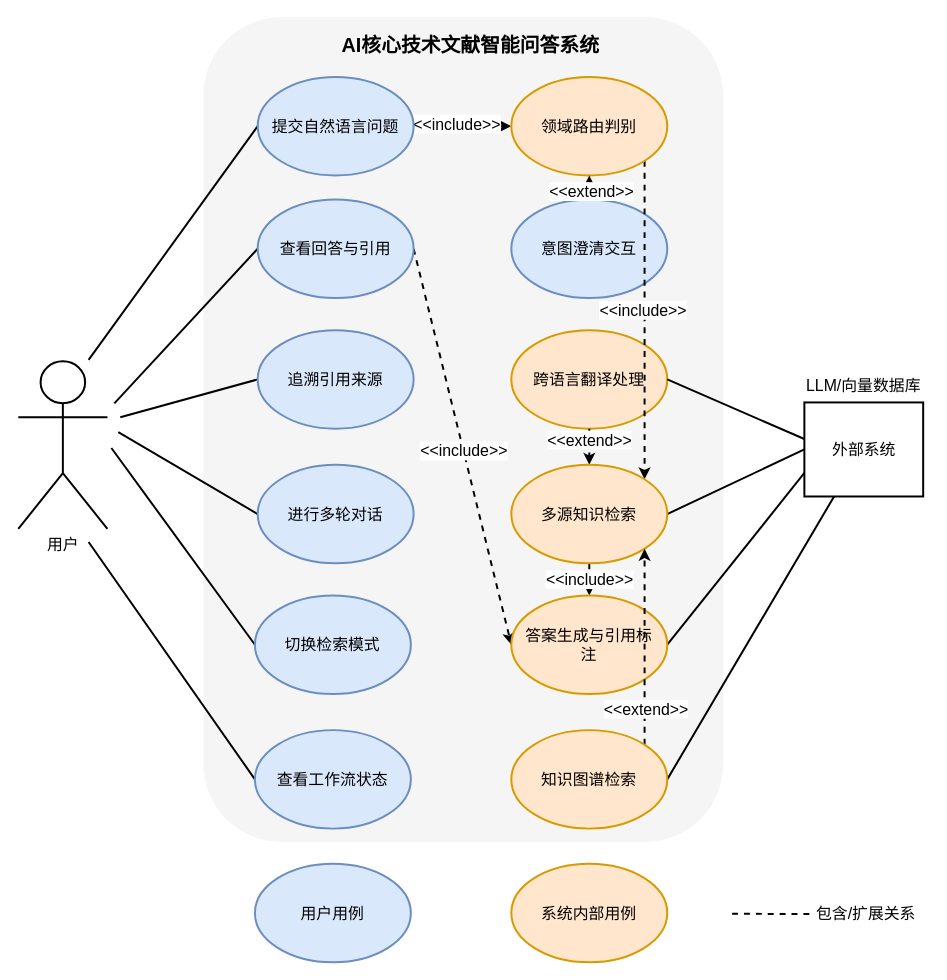
Above: diagrams/system_use_case_diagram.drawio in real-jiakai/draw (draw.io), before the change. Source tidied: cells renumbered, new cells numbered last; positions are measured from the earlier drawing's top-left corner, leaving out a move shared by most shapes. Both pictures are drawn from the tidied source at 99%, with x=0, y=0 at pixel (18, 17).
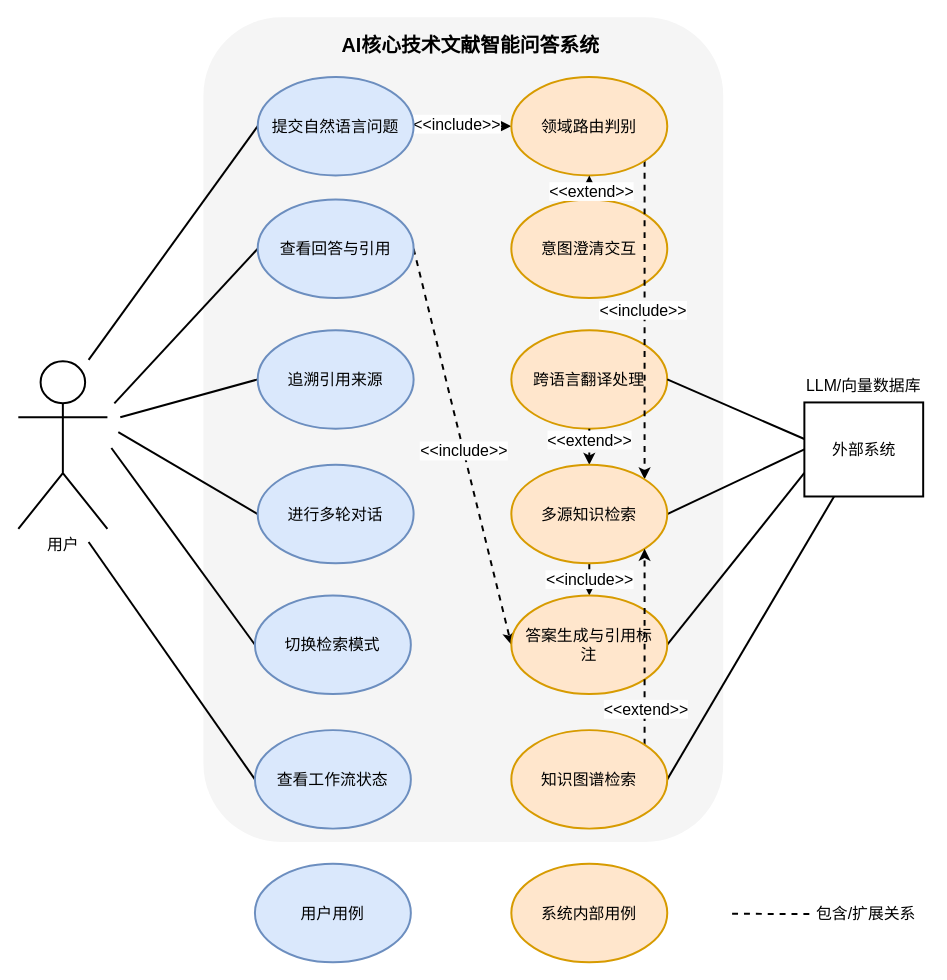
Above is the later version.

The edit, as a diff of the source:
```diff
@@
-    <mxCell id="3" style="ellipse;whiteSpace=wrap;html=1;strokeWidth=2;fillColor=#dae8fc;strokeColor=#6c8ebf;" parent="1" vertex="1">
+    <mxCell id="3" style="ellipse;whiteSpace=wrap;html=1;strokeWidth=2;fillColor=#ffe6cc;strokeColor=#d79b00;" parent="1" vertex="1">
       <mxGeometry x="498" y="184" width="157.5" height="99.5" as="geometry" />
     </mxCell>
```
